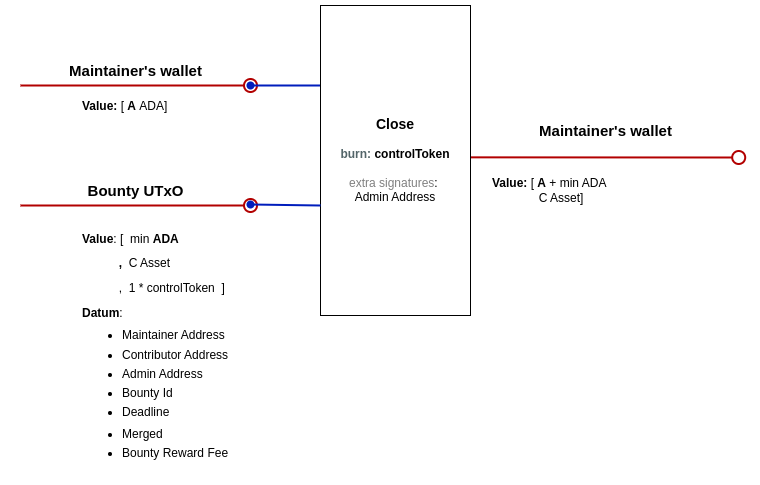
This is docs/img/close.png from githoney-io/githoney-smart-contract, a draw.io export, as it was before one commit. Source tidied: cells renumbered, new cells last; positions are measured from the earlier drawing's top-left corner, leaving out a move shared by most shapes.
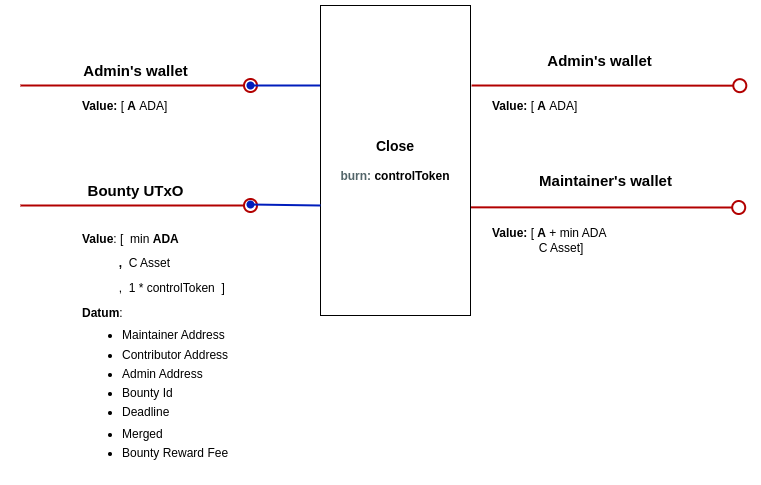
The same diagram one commit later.

Commit message:
Add min ada specifications and fix admin txs

Change to the diagram source:
```diff
@@ -19,18 +19,18 @@
     </mxCell>
     <mxCell id="5" style="endArrow=oval;html=1;rounded=0;strokeWidth=2;fillColor=#e51400;strokeColor=#B20000;startArrow=none;startFill=0;endFill=0;endSize=13;exitX=1.015;exitY=0.384;exitDx=0;exitDy=0;exitPerimeter=0;" parent="1" edge="1">
       <mxGeometry relative="1" as="geometry">
-        <mxPoint x="450" y="151.8" as="sourcePoint" />
-        <mxPoint x="718.2" y="152" as="targetPoint" />
+        <mxPoint x="450" y="201.8" as="sourcePoint" />
+        <mxPoint x="718.2" y="202" as="targetPoint" />
       </mxGeometry>
     </mxCell>
-    <mxCell id="6" value="&lt;font style=&quot;&quot;&gt;&lt;span style=&quot;font-weight: bold; font-size: 14px;&quot;&gt;Close&lt;br&gt;&lt;/span&gt;&lt;/font&gt;&lt;br&gt;&lt;b&gt;&lt;font color=&quot;#536569&quot;&gt;burn:&amp;nbsp;&lt;/font&gt;controlToken&lt;br&gt;&lt;/b&gt;&lt;br&gt;&lt;font style=&quot;&quot;&gt;&lt;font color=&quot;#808080&quot;&gt;extra signatures&lt;/font&gt;:&amp;nbsp;&lt;br&gt;Admin Address&lt;/font&gt;" style="rounded=0;whiteSpace=wrap;html=1;" parent="1" vertex="1">
+    <mxCell id="6" value="&lt;font style=&quot;&quot;&gt;&lt;span style=&quot;font-weight: bold; font-size: 14px;&quot;&gt;Close&lt;br&gt;&lt;/span&gt;&lt;/font&gt;&lt;br&gt;&lt;b&gt;&lt;font color=&quot;#536569&quot;&gt;burn:&amp;nbsp;&lt;/font&gt;controlToken&lt;/b&gt;" style="rounded=0;whiteSpace=wrap;html=1;" parent="1" vertex="1">
       <mxGeometry x="300" width="150" height="310" as="geometry" />
     </mxCell>
-    <mxCell id="7" value="&lt;font style=&quot;font-size: 15px;&quot;&gt;&lt;b style=&quot;font-size: 12px;&quot;&gt;&lt;font style=&quot;font-size: 15px;&quot;&gt;Maintainer's wallet&lt;/font&gt;&lt;/b&gt;&lt;b&gt;&lt;br&gt;&lt;/b&gt;&lt;/font&gt;" style="text;html=1;align=center;verticalAlign=middle;strokeColor=none;fillColor=none;" parent="1" vertex="1">
-      <mxGeometry x="35" y="50" width="160" height="30" as="geometry" />
+    <mxCell id="7" value="&lt;font style=&quot;font-size: 15px;&quot;&gt;&lt;b style=&quot;font-size: 12px;&quot;&gt;&lt;font style=&quot;font-size: 15px;&quot;&gt;Admin's wallet&lt;/font&gt;&lt;/b&gt;&lt;b&gt;&lt;br&gt;&lt;/b&gt;&lt;/font&gt;" style="text;html=1;align=center;verticalAlign=middle;strokeColor=none;fillColor=none;" parent="1" vertex="1">
+      <mxGeometry x="50" y="50" width="130" height="30" as="geometry" />
     </mxCell>
     <mxCell id="8" value="&lt;font style=&quot;font-size: 15px;&quot;&gt;&lt;b style=&quot;font-size: 12px;&quot;&gt;&lt;font style=&quot;font-size: 15px;&quot;&gt;Maintainer's wallet&lt;/font&gt;&lt;/b&gt;&lt;b&gt;&lt;br&gt;&lt;/b&gt;&lt;/font&gt;" style="text;html=1;align=center;verticalAlign=middle;strokeColor=none;fillColor=none;" parent="1" vertex="1">
-      <mxGeometry x="505.2" y="110" width="160" height="30" as="geometry" />
+      <mxGeometry x="505.2" y="160" width="160" height="30" as="geometry" />
     </mxCell>
     <mxCell id="9" style="endArrow=oval;html=1;rounded=0;strokeWidth=2;fillColor=#e51400;strokeColor=#B20000;startArrow=none;startFill=0;endFill=0;endSize=13;" parent="1" edge="1">
       <mxGeometry relative="1" as="geometry">
@@ -51,7 +51,19 @@
       <mxGeometry x="60" y="220" width="437.4" height="250" as="geometry" />
     </mxCell>
     <mxCell id="13" value="&lt;b&gt;Value: &lt;/b&gt;[&lt;b&gt;&amp;nbsp;A&lt;/b&gt;&amp;nbsp;+ min ADA&lt;br&gt;&lt;div&gt;&lt;span style=&quot;white-space: pre;&quot;&gt;&#9;&lt;/span&gt;&amp;nbsp; &amp;nbsp; &amp;nbsp; C Asset]&lt;/div&gt;" style="text;html=1;strokeColor=none;fillColor=none;align=left;verticalAlign=middle;whiteSpace=wrap;rounded=0;" parent="1" vertex="1">
-      <mxGeometry x="470" y="164.5" width="174" height="41" as="geometry" />
+      <mxGeometry x="470" y="214.5" width="174" height="41" as="geometry" />
     </mxCell>
+    <mxCell id="14" style="endArrow=oval;html=1;rounded=0;strokeWidth=2;fillColor=#e51400;strokeColor=#B20000;startArrow=none;startFill=0;endFill=0;endSize=13;exitX=1.015;exitY=0.384;exitDx=0;exitDy=0;exitPerimeter=0;" parent="1" edge="1">
+      <mxGeometry relative="1" as="geometry">
+        <mxPoint x="451.1" y="80" as="sourcePoint" />
+        <mxPoint x="719.3" y="80.2" as="targetPoint" />
+      </mxGeometry>
+    </mxCell>
+    <mxCell id="15" value="&lt;font style=&quot;font-size: 15px;&quot;&gt;&lt;b style=&quot;font-size: 12px;&quot;&gt;&lt;font style=&quot;font-size: 15px;&quot;&gt;Admin's wallet&lt;/font&gt;&lt;/b&gt;&lt;b&gt;&lt;br&gt;&lt;/b&gt;&lt;/font&gt;" style="text;html=1;align=center;verticalAlign=middle;strokeColor=none;fillColor=none;" parent="1" vertex="1">
+      <mxGeometry x="514" y="40" width="130" height="30" as="geometry" />
+    </mxCell>
+    <mxCell id="16" value="&lt;b&gt;Value: &lt;/b&gt;[&lt;b&gt;&amp;nbsp;A&lt;/b&gt;&amp;nbsp;ADA]" style="text;html=1;strokeColor=none;fillColor=none;align=left;verticalAlign=middle;whiteSpace=wrap;rounded=0;" parent="1" vertex="1">
+      <mxGeometry x="470" y="80" width="174" height="41" as="geometry" />
+    </mxCell>
   </root>
 </mxGraphModel>
```
